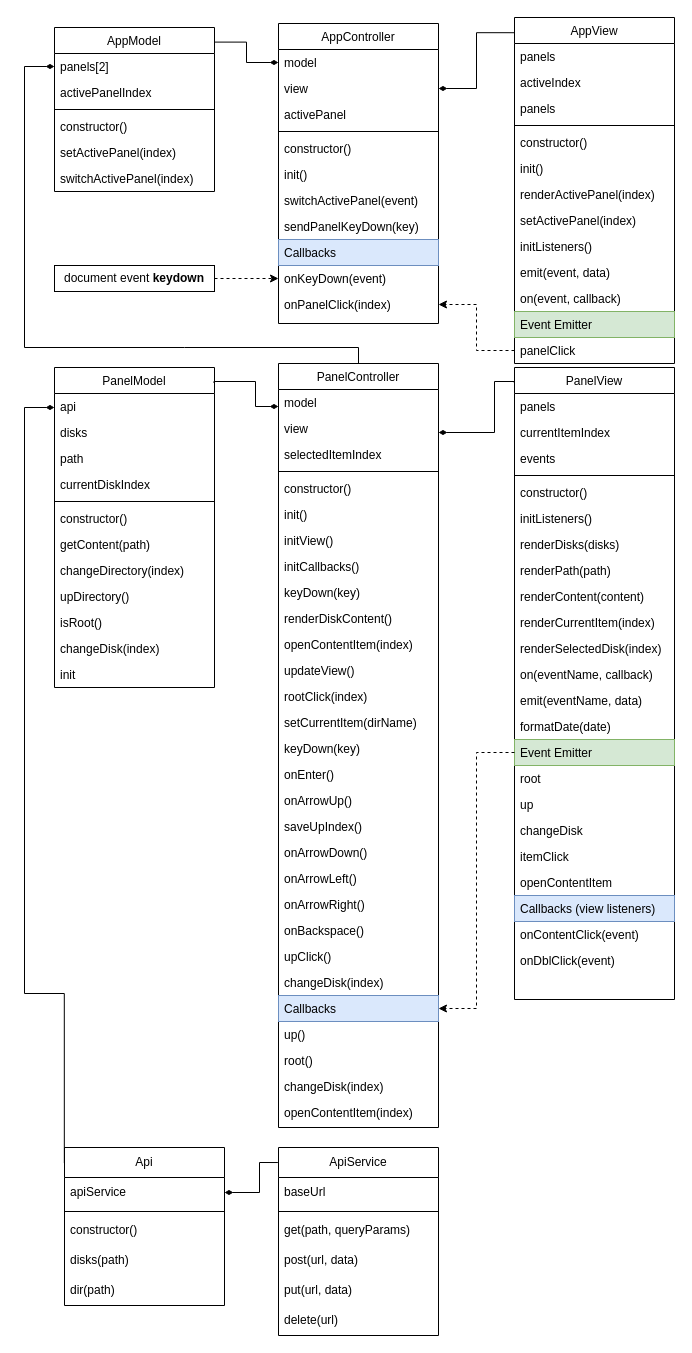
Nikolas321654/Hooli_Commander keeps this draw.io diagram as UML/HooliCommander.drawio. Above is the earlier version. Source tidied: cells renumbered, new cells numbered last; positions are measured from the earlier drawing's top-left corner, leaving out a move shared by most shapes. Both pictures are drawn from the tidied source at 100%, with x=0, y=0 at pixel (24, 17).
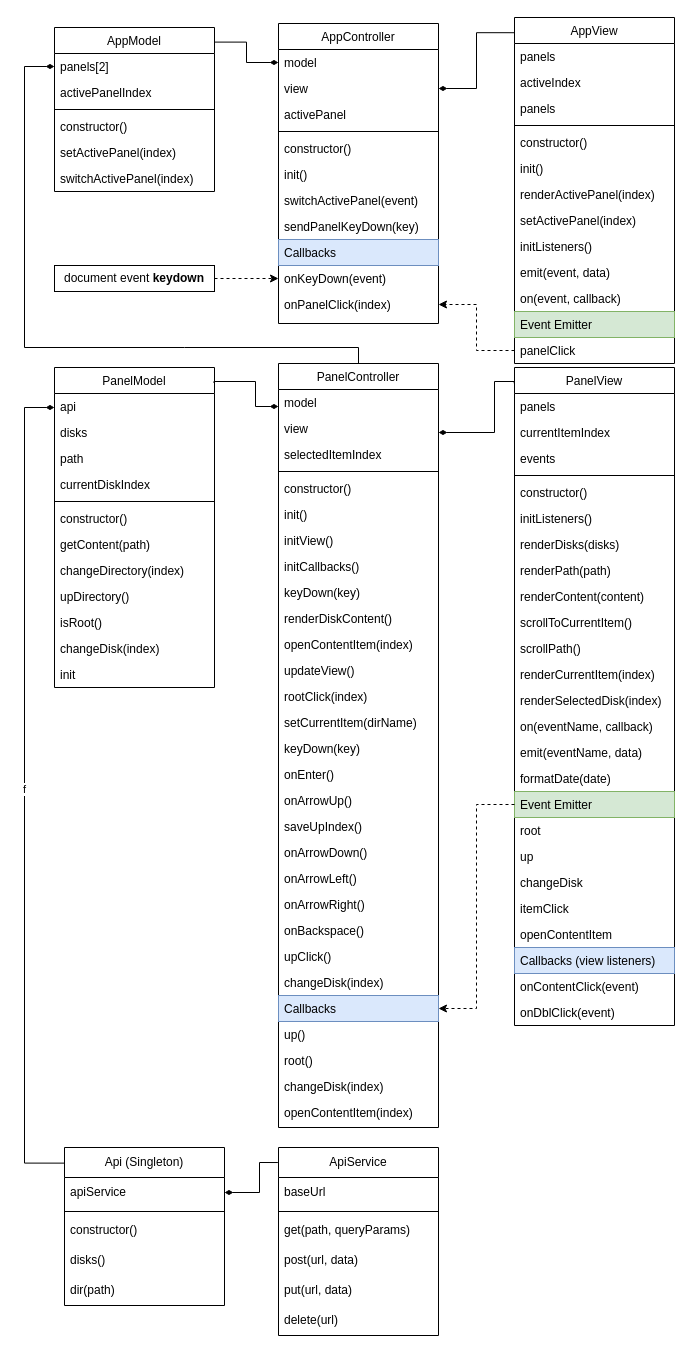
The same diagram, later.

Commit message (it also covers changes not shown here):
- Made readme.md - Improved path scroll and style - Made changes to the diagram - Added live-server package for serving FrontEnd - Added npm run scripts - Made improvements and fixes

Diff of the diagram source:
```diff
@@
     <mxCell id="68" value="PanelView" style="swimlane;fontStyle=0;align=center;verticalAlign=top;horizontal=1;startSize=26;rounded=0;shadow=0;strokeWidth=1;" parent="1" vertex="1">
-      <mxGeometry x="490" y="350" width="160" height="632" as="geometry" />
+      <mxGeometry x="490" y="350" width="160" height="658" as="geometry" />
     </mxCell>
@@
+    <mxCell id="126" value="scrollToCurrentItem()" style="text;align=left;verticalAlign=top;spacingLeft=4;spacingRight=4;overflow=hidden;" parent="68" vertex="1">
+      <mxGeometry y="242" width="160" height="26" as="geometry" />
+    </mxCell>
+    <mxCell id="127" value="scrollPath()" style="text;align=left;verticalAlign=top;spacingLeft=4;spacingRight=4;overflow=hidden;" parent="68" vertex="1">
+      <mxGeometry y="268" width="160" height="26" as="geometry" />
+    </mxCell>
     <mxCell id="78" value="renderCurrentItem(index)" style="text;align=left;verticalAlign=top;spacingLeft=4;spacingRight=4;overflow=hidden;" parent="68" vertex="1">
-      <mxGeometry y="242" width="160" height="26" as="geometry" />
+      <mxGeometry y="294" width="160" height="26" as="geometry" />
     </mxCell>
     <mxCell id="79" value="renderSelectedDisk(index)" style="text;align=left;verticalAlign=top;spacingLeft=4;spacingRight=4;overflow=hidden;" parent="68" vertex="1">
-      <mxGeometry y="268" width="160" height="26" as="geometry" />
+      <mxGeometry y="320" width="160" height="26" as="geometry" />
     </mxCell>
     <mxCell id="80" value="on(eventName, callback)" style="text;align=left;verticalAlign=top;spacingLeft=4;spacingRight=4;overflow=hidden;" parent="68" vertex="1">
-      <mxGeometry y="294" width="160" height="26" as="geometry" />
+      <mxGeometry y="346" width="160" height="26" as="geometry" />
     </mxCell>
     <mxCell id="81" value="emit(eventName, data)" style="text;align=left;verticalAlign=top;spacingLeft=4;spacingRight=4;overflow=hidden;" parent="68" vertex="1">
-      <mxGeometry y="320" width="160" height="26" as="geometry" />
+      <mxGeometry y="372" width="160" height="26" as="geometry" />
     </mxCell>
     <mxCell id="82" value="formatDate(date)" style="text;align=left;verticalAlign=top;spacingLeft=4;spacingRight=4;overflow=hidden;" parent="68" vertex="1">
-      <mxGeometry y="346" width="160" height="26" as="geometry" />
+      <mxGeometry y="398" width="160" height="26" as="geometry" />
     </mxCell>
     <mxCell id="83" value="Event Emitter" style="text;align=left;verticalAlign=top;spacingLeft=4;spacingRight=4;overflow=hidden;points=[[0,0.5],[1,0.5]];portConstraint=eastwest;fillColor=#d5e8d4;strokeColor=#82b366;" parent="68" vertex="1">
-      <mxGeometry y="372" width="160" height="26" as="geometry" />
+      <mxGeometry y="424" width="160" height="26" as="geometry" />
     </mxCell>
     <mxCell id="84" value="root" style="text;align=left;verticalAlign=top;spacingLeft=4;spacingRight=4;overflow=hidden;" parent="68" vertex="1">
-      <mxGeometry y="398" width="160" height="26" as="geometry" />
+      <mxGeometry y="450" width="160" height="26" as="geometry" />
     </mxCell>
     <mxCell id="85" value="up" style="text;align=left;verticalAlign=top;spacingLeft=4;spacingRight=4;overflow=hidden;" parent="68" vertex="1">
-      <mxGeometry y="424" width="160" height="26" as="geometry" />
+      <mxGeometry y="476" width="160" height="26" as="geometry" />
     </mxCell>
     <mxCell id="86" value="changeDisk" style="text;align=left;verticalAlign=top;spacingLeft=4;spacingRight=4;overflow=hidden;" parent="68" vertex="1">
-      <mxGeometry y="450" width="160" height="26" as="geometry" />
+      <mxGeometry y="502" width="160" height="26" as="geometry" />
     </mxCell>
     <mxCell id="87" value="itemClick" style="text;align=left;verticalAlign=top;spacingLeft=4;spacingRight=4;overflow=hidden;" parent="68" vertex="1">
-      <mxGeometry y="476" width="160" height="26" as="geometry" />
+      <mxGeometry y="528" width="160" height="26" as="geometry" />
     </mxCell>
     <mxCell id="88" value="openContentItem" style="text;align=left;verticalAlign=top;spacingLeft=4;spacingRight=4;overflow=hidden;" parent="68" vertex="1">
-      <mxGeometry y="502" width="160" height="26" as="geometry" />
+      <mxGeometry y="554" width="160" height="26" as="geometry" />
     </mxCell>
     <mxCell id="89" value="Callbacks (view listeners)" style="text;align=left;verticalAlign=top;spacingLeft=4;spacingRight=4;overflow=hidden;fillColor=#dae8fc;strokeColor=#6c8ebf;" parent="68" vertex="1">
-      <mxGeometry y="528" width="160" height="26" as="geometry" />
+      <mxGeometry y="580" width="160" height="26" as="geometry" />
     </mxCell>
     <mxCell id="90" value="onContentClick(event)" style="text;align=left;verticalAlign=top;spacingLeft=4;spacingRight=4;overflow=hidden;" parent="68" vertex="1">
-      <mxGeometry y="554" width="160" height="26" as="geometry" />
+      <mxGeometry y="606" width="160" height="26" as="geometry" />
     </mxCell>
     <mxCell id="91" value="onDblClick(event)" style="text;align=left;verticalAlign=top;spacingLeft=4;spacingRight=4;overflow=hidden;" parent="68" vertex="1">
-      <mxGeometry y="580" width="160" height="26" as="geometry" />
+      <mxGeometry y="632" width="160" height="26" as="geometry" />
     </mxCell>
@@
-    <mxCell id="111" value="Api" style="swimlane;fontStyle=0;horizontal=1;startSize=30;whiteSpace=wrap;html=1;" parent="1" vertex="1">
+    <mxCell id="111" value="Api (Singleton)" style="swimlane;fontStyle=0;horizontal=1;startSize=30;whiteSpace=wrap;html=1;" parent="1" vertex="1">
       <mxGeometry x="40" y="1130" width="160" height="158" as="geometry" />
     </mxCell>
@@
-    <mxCell id="115" value="disks(path)" style="text;strokeColor=none;fillColor=none;align=left;verticalAlign=middle;spacingLeft=4;spacingRight=4;overflow=hidden;whiteSpace=wrap;html=1;" parent="111" vertex="1">
+    <mxCell id="115" value="disks()" style="text;strokeColor=none;fillColor=none;align=left;verticalAlign=middle;spacingLeft=4;spacingRight=4;overflow=hidden;whiteSpace=wrap;html=1;" parent="111" vertex="1">
       <mxGeometry y="98" width="160" height="30" as="geometry" />
     </mxCell>
@@
-    <mxCell id="125" style="edgeStyle=orthogonalEdgeStyle;rounded=0;jettySize=auto;html=1;exitX=-0.001;exitY=0.099;exitDx=0;exitDy=0;exitPerimeter=0;endArrow=diamondThin;endFill=1;" parent="1" edge="1" source="111">
+    <mxCell id="125" value="f" style="edgeStyle=orthogonalEdgeStyle;rounded=0;jettySize=auto;html=1;exitX=-0.001;exitY=0.099;exitDx=0;exitDy=0;exitPerimeter=0;endArrow=diamondThin;endFill=1;" parent="1" edge="1" source="111">
       <mxGeometry relative="1" as="geometry">
         <mxPoint x="30" y="390" as="targetPoint" />
         <Array as="points">
-          <mxPoint y="976" />
+          <mxPoint y="1146" />
           <mxPoint y="390" />
-          <mxPoint x="30" y="390" />
         </Array>
       </mxGeometry>
     </mxCell>
```
